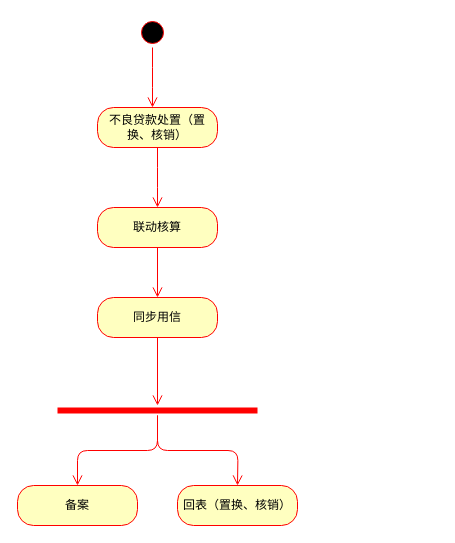
The draw.io diagram page "处置、备案、回表" (3 of 12) of 资产保全流程.drawio in MinDaHu/UML, before the edit. Source tidied: cells renumbered, new cells numbered last; positions are measured from the earlier drawing's top-left corner, leaving out a move shared by most shapes. Both pictures are drawn from the tidied source at 100%, with x=0, y=0 at pixel (17, 17).
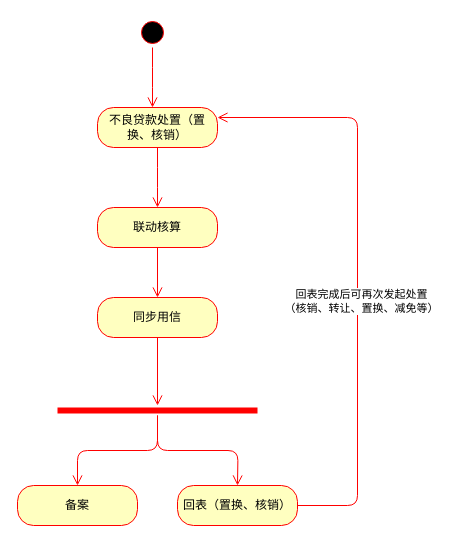
Above is the later version.

The change refers to these unchanged cells:
```xml
<mxCell id="4" value="不良贷款处置（置换、核销）" style="rounded=1;whiteSpace=wrap;html=1;arcSize=40;fontColor=#000000;fillColor=#ffffc0;strokeColor=#ff0000;align=center;" parent="1" vertex="1">
  <mxGeometry x="80" y="90" width="120" height="40" as="geometry" />
</mxCell>
<mxCell id="14" value="回表（置换、核销）" style="rounded=1;whiteSpace=wrap;html=1;arcSize=40;fontColor=#000000;fillColor=#ffffc0;strokeColor=#ff0000;align=center;" parent="1" vertex="1">
  <mxGeometry x="160" y="468" width="120" height="40" as="geometry" />
</mxCell>
```

Diff of the diagram source:
```diff
@@
+    <mxCell id="15" style="edgeStyle=orthogonalEdgeStyle;jettySize=auto;html=1;entryX=1;entryY=0.25;entryDx=0;entryDy=0;endArrow=open;endSize=8;strokeColor=#ff0000;" parent="1" edge="1" source="14" target="4">
+      <mxGeometry relative="1" as="geometry">
+        <Array as="points">
+          <mxPoint x="340" y="488" />
+          <mxPoint x="340" y="100" />
+        </Array>
+      </mxGeometry>
+    </mxCell>
+    <mxCell id="16" value="回表完成后可再次发起处置&lt;br&gt;（核销、转让、置换、减免等）" style="edgeLabel;html=1;align=center;verticalAlign=middle;" parent="15" vertex="1">
+      <mxGeometry x="-0.1" y="-3" relative="1" as="geometry" />
+    </mxCell>
```
